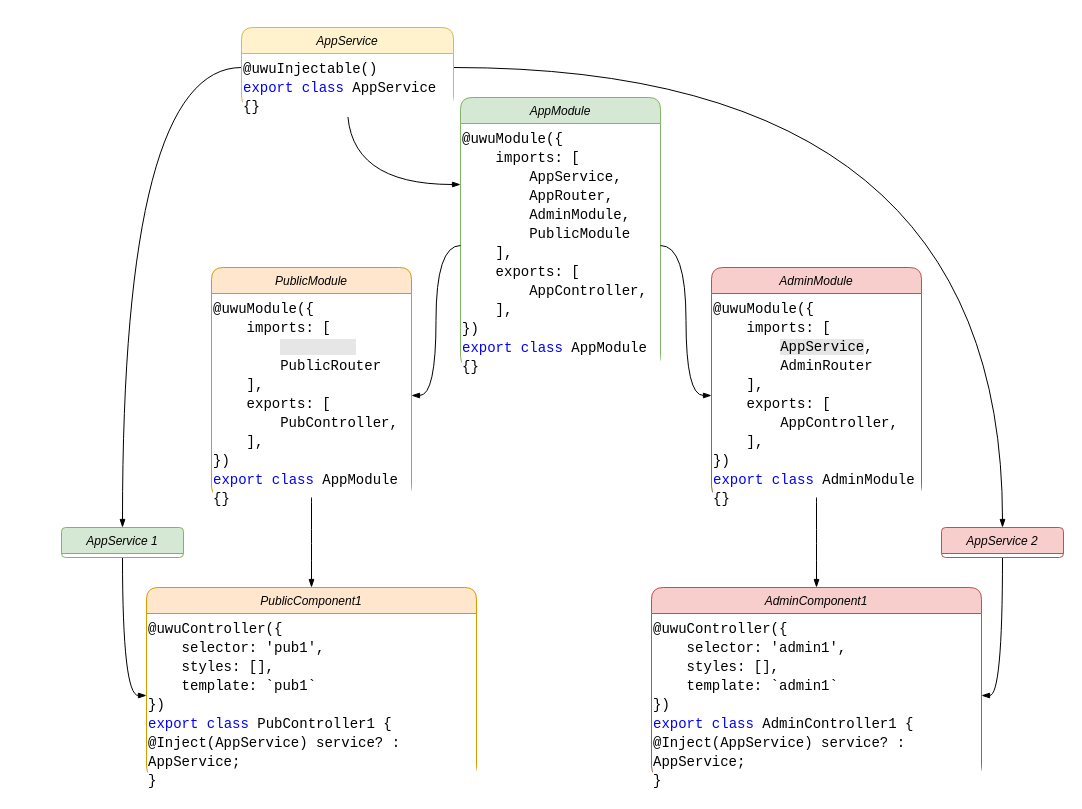
Above: Dependency Injection.drawio in Lykashonok/uwu (draw.io), before the change. Source tidied: cells renumbered, new cells numbered last; positions are measured from the earlier drawing's top-left corner, leaving out a move shared by most shapes. Both pictures are drawn from the tidied source at 100%, with x=0, y=0 at pixel (61, 27).
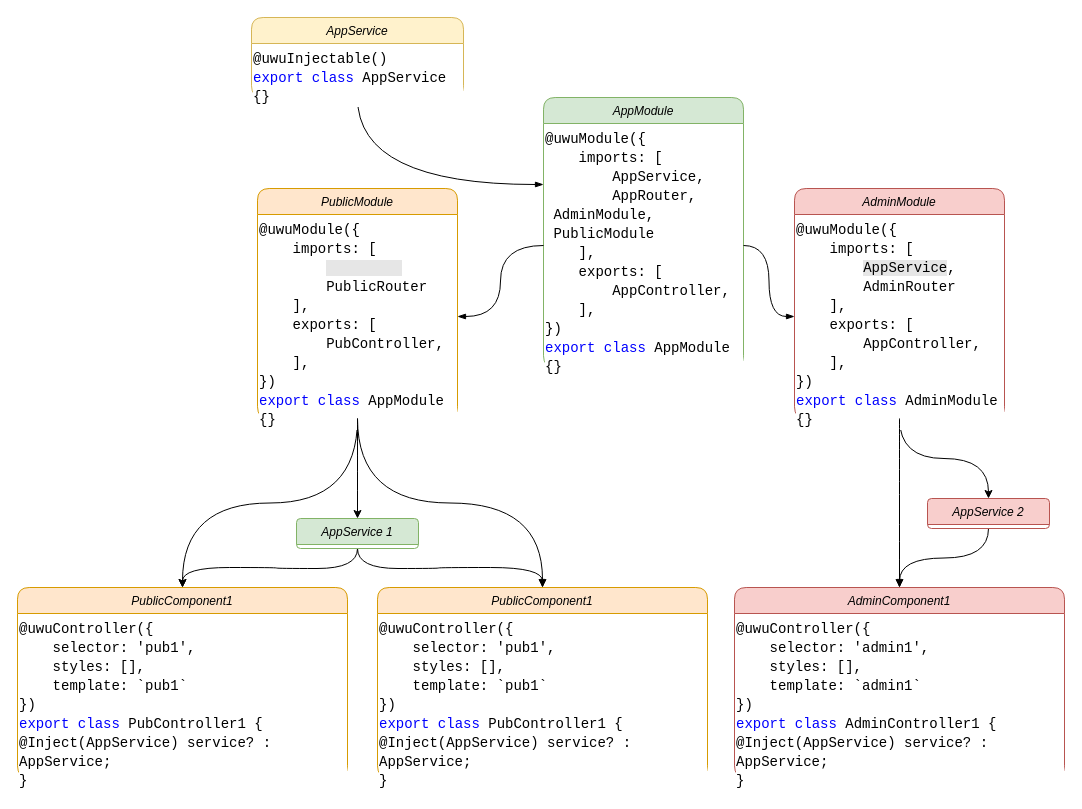
The same page after the edit.

Unchanged cells that the change refers to:
```xml
<mxCell id="5" value="&lt;div style=&quot;color: rgb(0, 0, 0); background-color: rgb(255, 255, 255); font-family: Consolas, &amp;quot;Courier New&amp;quot;, monospace; font-weight: normal; font-size: 14px; line-height: 19px;&quot;&gt;&lt;div&gt;&lt;span style=&quot;color: #000000;&quot;&gt;@uwuModule({&lt;/span&gt;&lt;/div&gt;&lt;div&gt;&lt;span style=&quot;color: #000000;&quot;&gt;&amp;nbsp; &amp;nbsp; imports: [&lt;/span&gt;&lt;/div&gt;&lt;div&gt;&lt;span style=&quot;color: #000000;&quot;&gt;&amp;nbsp; &amp;nbsp; &amp;nbsp; &amp;nbsp;&amp;nbsp;&lt;span style=&quot;background-color: rgb(230, 230, 230);&quot;&gt;&amp;nbsp;&amp;nbsp;&amp;nbsp;&amp;nbsp;&amp;nbsp;&amp;nbsp; &amp;nbsp;&amp;nbsp; &lt;/span&gt;&lt;br&gt;&lt;/span&gt;&lt;/div&gt;&lt;div&gt;&lt;span style=&quot;color: #000000;&quot;&gt;&amp;nbsp; &amp;nbsp; &amp;nbsp; &amp;nbsp; PublicRouter&lt;/span&gt;&lt;/div&gt;&lt;div&gt;&lt;span style=&quot;color: #000000;&quot;&gt;&amp;nbsp; &amp;nbsp; ],&lt;/span&gt;&lt;/div&gt;&lt;div&gt;&lt;span style=&quot;color: #000000;&quot;&gt;&amp;nbsp; &amp;nbsp; exports: [&lt;/span&gt;&lt;/div&gt;&lt;div&gt;&lt;span style=&quot;color: #000000;&quot;&gt;&amp;nbsp; &amp;nbsp; &amp;nbsp; &amp;nbsp; PubController,&lt;/span&gt;&lt;/div&gt;&lt;div&gt;&lt;span style=&quot;color: #000000;&quot;&gt;&amp;nbsp; &amp;nbsp; ],&lt;/span&gt;&lt;/div&gt;&lt;div&gt;&lt;span style=&quot;color: #000000;&quot;&gt;})&lt;/span&gt;&lt;/div&gt;&lt;div&gt;&lt;span style=&quot;color: #0000ff;&quot;&gt;export&lt;/span&gt;&lt;span style=&quot;color: #000000;&quot;&gt; &lt;/span&gt;&lt;span style=&quot;color: #0000ff;&quot;&gt;class&lt;/span&gt;&lt;span style=&quot;color: #000000;&quot;&gt; AppModule {}&lt;/span&gt;&lt;/div&gt;&lt;/div&gt;" style="text;whiteSpace=wrap;html=1;" parent="4" vertex="1">
  <mxGeometry y="26" width="200" height="204" as="geometry" />
</mxCell>
<mxCell id="16" value="&lt;div style=&quot;color: rgb(0, 0, 0); background-color: rgb(255, 255, 255); font-family: Consolas, &amp;quot;Courier New&amp;quot;, monospace; font-weight: normal; font-size: 14px; line-height: 19px;&quot;&gt;&lt;div&gt;&lt;span style=&quot;color: #000000;&quot;&gt;@uwuController({&lt;/span&gt;&lt;/div&gt;&lt;div&gt;&lt;span style=&quot;color: #000000;&quot;&gt;&amp;nbsp;&amp;nbsp;&amp;nbsp; selector: 'pub1',&lt;/span&gt;&lt;/div&gt;&lt;div&gt;&lt;span style=&quot;color: #000000;&quot;&gt;&amp;nbsp;&amp;nbsp;&amp;nbsp; styles: [],&lt;/span&gt;&lt;/div&gt;&lt;div&gt;&lt;span style=&quot;color: #000000;&quot;&gt;&amp;nbsp;&amp;nbsp;&amp;nbsp; template: `pub1`&lt;br&gt;&lt;/span&gt;&lt;/div&gt;&lt;span style=&quot;&quot;&gt;&lt;/span&gt;&lt;/div&gt;&lt;div style=&quot;color: rgb(0, 0, 0); background-color: rgb(255, 255, 255); font-family: Consolas, &amp;quot;Courier New&amp;quot;, monospace; font-weight: normal; font-size: 14px; line-height: 19px;&quot;&gt;&lt;span style=&quot;color: #000000;&quot;&gt;})&lt;/span&gt;&lt;div&gt;&lt;span style=&quot;color: #0000ff;&quot;&gt;export&lt;/span&gt;&lt;span style=&quot;color: #000000;&quot;&gt; &lt;/span&gt;&lt;span style=&quot;color: #0000ff;&quot;&gt;class&lt;/span&gt;&lt;span style=&quot;color: #000000;&quot;&gt; PubController1 {&amp;nbsp;&amp;nbsp; &lt;/span&gt;&lt;br&gt;&lt;div style=&quot;color: rgb(0, 0, 0); background-color: rgb(255, 255, 255); font-family: Consolas, &amp;quot;Courier New&amp;quot;, monospace; font-weight: normal; font-size: 14px; line-height: 19px;&quot;&gt;&lt;div&gt;&lt;span style=&quot;color: #000000;&quot;&gt;@Inject(AppService) service? : AppService;&lt;/span&gt;&lt;/div&gt;&lt;/div&gt;&lt;span style=&quot;color: #000000;&quot;&gt;&lt;/span&gt;&lt;/div&gt;&lt;div&gt;&lt;span style=&quot;color: #000000;&quot;&gt;}&lt;/span&gt;&lt;/div&gt;&lt;/div&gt;" style="text;whiteSpace=wrap;html=1;" parent="15" vertex="1">
  <mxGeometry y="26" width="330" height="164" as="geometry" />
</mxCell>
<mxCell id="21" value="&lt;div style=&quot;color: rgb(0, 0, 0); background-color: rgb(255, 255, 255); font-family: Consolas, &amp;quot;Courier New&amp;quot;, monospace; font-weight: normal; font-size: 14px; line-height: 19px;&quot;&gt;&lt;div&gt;&lt;span style=&quot;color: #000000;&quot;&gt;@uwuController({&lt;/span&gt;&lt;/div&gt;&lt;div&gt;&lt;span style=&quot;color: #000000;&quot;&gt;&amp;nbsp;&amp;nbsp;&amp;nbsp; selector: 'admin1',&lt;/span&gt;&lt;/div&gt;&lt;div&gt;&lt;span style=&quot;color: #000000;&quot;&gt;&amp;nbsp;&amp;nbsp;&amp;nbsp; styles: [],&lt;/span&gt;&lt;/div&gt;&lt;div&gt;&lt;span style=&quot;color: #000000;&quot;&gt;&amp;nbsp;&amp;nbsp;&amp;nbsp; template: `&lt;/span&gt;&lt;span style=&quot;color: #000000;&quot;&gt;&lt;span style=&quot;color: #000000;&quot;&gt;admin&lt;/span&gt;1`&lt;br&gt;&lt;/span&gt;&lt;/div&gt;&lt;span style=&quot;&quot;&gt;&lt;/span&gt;&lt;/div&gt;&lt;div style=&quot;color: rgb(0, 0, 0); background-color: rgb(255, 255, 255); font-family: Consolas, &amp;quot;Courier New&amp;quot;, monospace; font-weight: normal; font-size: 14px; line-height: 19px;&quot;&gt;&lt;span style=&quot;color: #000000;&quot;&gt;})&lt;/span&gt;&lt;div&gt;&lt;span style=&quot;color: #0000ff;&quot;&gt;export&lt;/span&gt;&lt;span style=&quot;color: #000000;&quot;&gt; &lt;/span&gt;&lt;span style=&quot;color: #0000ff;&quot;&gt;class&lt;/span&gt;&lt;span style=&quot;color: #000000;&quot;&gt; AdminController1 {&amp;nbsp;&amp;nbsp; &lt;/span&gt;&lt;br&gt;&lt;div style=&quot;color: rgb(0, 0, 0); background-color: rgb(255, 255, 255); font-family: Consolas, &amp;quot;Courier New&amp;quot;, monospace; font-weight: normal; font-size: 14px; line-height: 19px;&quot;&gt;&lt;div&gt;&lt;span style=&quot;color: #000000;&quot;&gt;@Inject(AppService) service? : AppService;&lt;/span&gt;&lt;/div&gt;&lt;/div&gt;&lt;span style=&quot;color: #000000;&quot;&gt;&lt;/span&gt;&lt;/div&gt;&lt;div&gt;&lt;span style=&quot;color: #000000;&quot;&gt;}&lt;/span&gt;&lt;/div&gt;&lt;/div&gt;" style="text;whiteSpace=wrap;html=1;" parent="20" vertex="1">
  <mxGeometry y="26" width="330" height="164" as="geometry" />
</mxCell>
```

Diff of the diagram source:
```diff
@@
     <mxCell id="2" value="AppModule" style="swimlane;fontStyle=2;align=center;verticalAlign=top;horizontal=1;startSize=26;rounded=1;shadow=0;strokeWidth=1;fillColor=#d5e8d4;strokeColor=#82b366;" parent="1" vertex="1">
-      <mxGeometry x="399" y="70" width="200" height="270" as="geometry" />
+      <mxGeometry x="482" y="70" width="200" height="270" as="geometry" />
     </mxCell>
-    <mxCell id="3" value="&lt;div style=&quot;color: rgb(0, 0, 0); background-color: rgb(255, 255, 255); font-family: Consolas, &amp;quot;Courier New&amp;quot;, monospace; font-weight: normal; font-size: 14px; line-height: 19px;&quot;&gt;&lt;div&gt;&lt;span style=&quot;color: #000000;&quot;&gt;@uwuModule({&lt;/span&gt;&lt;/div&gt;&lt;div&gt;&lt;span style=&quot;color: #000000;&quot;&gt;&amp;nbsp; &amp;nbsp; imports: [&lt;/span&gt;&lt;/div&gt;&lt;div&gt;&lt;span style=&quot;color: #000000;&quot;&gt;&amp;nbsp; &amp;nbsp; &amp;nbsp; &amp;nbsp; AppService,&lt;/span&gt;&lt;/div&gt;&lt;div&gt;&lt;span style=&quot;color: #000000;&quot;&gt;&amp;nbsp; &amp;nbsp; &amp;nbsp; &amp;nbsp; AppRouter,&lt;/span&gt;&lt;/div&gt;&lt;div&gt;&lt;span style=&quot;color: #000000;&quot;&gt;&lt;span style=&quot;white-space: pre;&quot;&gt;&#9;&lt;/span&gt;AdminModule,&lt;/span&gt;&lt;/div&gt;&lt;div&gt;&lt;span style=&quot;color: #000000;&quot;&gt;&lt;span style=&quot;white-space: pre;&quot;&gt;&#9;&lt;/span&gt;PublicModule&lt;br&gt;&lt;/span&gt;&lt;/div&gt;&lt;div&gt;&lt;span style=&quot;color: #000000;&quot;&gt;&amp;nbsp; &amp;nbsp; ],&lt;/span&gt;&lt;/div&gt;&lt;div&gt;&lt;span style=&quot;color: #000000;&quot;&gt;&amp;nbsp; &amp;nbsp; exports: [&lt;/span&gt;&lt;/div&gt;&lt;div&gt;&lt;span style=&quot;color: #000000;&quot;&gt;&amp;nbsp; &amp;nbsp; &amp;nbsp; &amp;nbsp; AppController,&lt;/span&gt;&lt;/div&gt;&lt;div&gt;&lt;span style=&quot;color: #000000;&quot;&gt;&amp;nbsp; &amp;nbsp; ],&lt;/span&gt;&lt;/div&gt;&lt;div&gt;&lt;span style=&quot;color: #000000;&quot;&gt;})&lt;/span&gt;&lt;/div&gt;&lt;div&gt;&lt;span style=&quot;color: #0000ff;&quot;&gt;export&lt;/span&gt;&lt;span style=&quot;color: #000000;&quot;&gt; &lt;/span&gt;&lt;span style=&quot;color: #0000ff;&quot;&gt;class&lt;/span&gt;&lt;span style=&quot;color: #000000;&quot;&gt; AppModule {}&lt;/span&gt;&lt;/div&gt;&lt;/div&gt;" style="text;whiteSpace=wrap;html=1;" parent="2" vertex="1">
+    <mxCell id="3" value="&lt;div style=&quot;color: rgb(0, 0, 0); background-color: rgb(255, 255, 255); font-family: Consolas, &amp;quot;Courier New&amp;quot;, monospace; font-weight: normal; font-size: 14px; line-height: 19px;&quot;&gt;&lt;div&gt;&lt;span style=&quot;color: #000000;&quot;&gt;@uwuModule({&lt;/span&gt;&lt;/div&gt;&lt;div&gt;&lt;span style=&quot;color: #000000;&quot;&gt;&amp;nbsp; &amp;nbsp; imports: [&lt;/span&gt;&lt;/div&gt;&lt;div&gt;&lt;span style=&quot;color: #000000;&quot;&gt;&amp;nbsp; &amp;nbsp; &amp;nbsp; &amp;nbsp; AppService,&lt;/span&gt;&lt;/div&gt;&lt;div&gt;&lt;span style=&quot;color: #000000;&quot;&gt;&amp;nbsp; &amp;nbsp; &amp;nbsp; &amp;nbsp; AppRouter,&lt;/span&gt;&lt;/div&gt;&lt;div&gt;&lt;span style=&quot;color: #000000;&quot;&gt;&lt;span style=&quot;white-space: pre;&quot;&gt; &lt;/span&gt;AdminModule,&lt;/span&gt;&lt;/div&gt;&lt;div&gt;&lt;span style=&quot;color: #000000;&quot;&gt;&lt;span style=&quot;white-space: pre;&quot;&gt; &lt;/span&gt;PublicModule&lt;br&gt;&lt;/span&gt;&lt;/div&gt;&lt;div&gt;&lt;span style=&quot;color: #000000;&quot;&gt;&amp;nbsp; &amp;nbsp; ],&lt;/span&gt;&lt;/div&gt;&lt;div&gt;&lt;span style=&quot;color: #000000;&quot;&gt;&amp;nbsp; &amp;nbsp; exports: [&lt;/span&gt;&lt;/div&gt;&lt;div&gt;&lt;span style=&quot;color: #000000;&quot;&gt;&amp;nbsp; &amp;nbsp; &amp;nbsp; &amp;nbsp; AppController,&lt;/span&gt;&lt;/div&gt;&lt;div&gt;&lt;span style=&quot;color: #000000;&quot;&gt;&amp;nbsp; &amp;nbsp; ],&lt;/span&gt;&lt;/div&gt;&lt;div&gt;&lt;span style=&quot;color: #000000;&quot;&gt;})&lt;/span&gt;&lt;/div&gt;&lt;div&gt;&lt;span style=&quot;color: #0000ff;&quot;&gt;export&lt;/span&gt;&lt;span style=&quot;color: #000000;&quot;&gt; &lt;/span&gt;&lt;span style=&quot;color: #0000ff;&quot;&gt;class&lt;/span&gt;&lt;span style=&quot;color: #000000;&quot;&gt; AppModule {}&lt;/span&gt;&lt;/div&gt;&lt;/div&gt;" style="text;whiteSpace=wrap;html=1;" parent="2" vertex="1">
       <mxGeometry y="26" width="200" height="244" as="geometry" />
     </mxCell>
+    <mxCell id="25" style="edgeStyle=orthogonalEdgeStyle;rounded=0;jettySize=auto;html=1;entryX=0.5;entryY=0;entryDx=0;entryDy=0;curved=1;" parent="1" edge="1" source="4" target="30">
+      <mxGeometry relative="1" as="geometry" />
+    </mxCell>
     <mxCell id="4" value="PublicModule" style="swimlane;fontStyle=2;align=center;verticalAlign=top;horizontal=1;startSize=26;rounded=1;shadow=0;strokeWidth=1;fillColor=#ffe6cc;strokeColor=#d79b00;" parent="1" vertex="1">
-      <mxGeometry x="150" y="240" width="200" height="230" as="geometry" />
+      <mxGeometry x="196" y="161" width="200" height="230" as="geometry" />
     </mxCell>
@@
+    <mxCell id="26" style="edgeStyle=orthogonalEdgeStyle;curved=1;rounded=0;jettySize=auto;html=1;entryX=0.5;entryY=0;entryDx=0;entryDy=0;" parent="1" edge="1" source="6" target="23">
+      <mxGeometry relative="1" as="geometry" />
+    </mxCell>
     <mxCell id="6" value="AdminModule" style="swimlane;fontStyle=2;align=center;verticalAlign=top;horizontal=1;startSize=26;rounded=1;shadow=0;strokeWidth=1;fillColor=#f8cecc;strokeColor=#b85450;" parent="1" vertex="1">
-      <mxGeometry x="650" y="240" width="210" height="230" as="geometry" />
+      <mxGeometry x="733" y="161" width="210" height="230" as="geometry" />
     </mxCell>
@@
-    <mxCell id="9" style="edgeStyle=orthogonalEdgeStyle;curved=1;rounded=0;jettySize=auto;html=1;entryX=0.5;entryY=0;entryDx=0;entryDy=0;endArrow=blockThin;endFill=1;elbow=vertical;" parent="1" edge="1" source="11" target="18">
-      <mxGeometry relative="1" as="geometry" />
-    </mxCell>
-    <mxCell id="10" style="edgeStyle=orthogonalEdgeStyle;curved=1;rounded=0;jettySize=auto;html=1;entryX=0.5;entryY=0;entryDx=0;entryDy=0;endArrow=blockThin;endFill=1;elbow=vertical;" parent="1" edge="1" source="11" target="23">
-      <mxGeometry relative="1" as="geometry" />
-    </mxCell>
     <mxCell id="11" value="AppService" style="swimlane;fontStyle=2;align=center;verticalAlign=top;horizontal=1;startSize=26;rounded=1;shadow=0;strokeWidth=1;fillColor=#fff2cc;strokeColor=#d6b656;" parent="1" vertex="1">
-      <mxGeometry x="180" width="212" height="80" as="geometry" />
+      <mxGeometry x="190" y="-10" width="212" height="80" as="geometry" />
     </mxCell>
@@
     <mxCell id="15" value="PublicComponent1" style="swimlane;fontStyle=2;align=center;verticalAlign=top;horizontal=1;startSize=26;rounded=1;shadow=0;strokeWidth=1;fillColor=#ffe6cc;strokeColor=#d79b00;" parent="1" vertex="1">
-      <mxGeometry x="85" y="560" width="330" height="190" as="geometry" />
+      <mxGeometry x="316" y="560" width="330" height="190" as="geometry" />
     </mxCell>
@@
-    <mxCell id="17" style="edgeStyle=orthogonalEdgeStyle;curved=1;rounded=0;jettySize=auto;html=1;entryX=0;entryY=0.5;entryDx=0;entryDy=0;endArrow=blockThin;endFill=1;elbow=vertical;" parent="1" edge="1" source="18" target="16">
-      <mxGeometry relative="1" as="geometry" />
-    </mxCell>
+    <mxCell id="27" style="edgeStyle=orthogonalEdgeStyle;curved=1;rounded=0;jettySize=auto;html=1;entryX=0.5;entryY=0;entryDx=0;entryDy=0;" parent="1" edge="1" source="18" target="30">
+      <mxGeometry relative="1" as="geometry" />
+    </mxCell>
+    <mxCell id="28" style="edgeStyle=orthogonalEdgeStyle;curved=1;rounded=0;jettySize=auto;html=1;entryX=0.5;entryY=0;entryDx=0;entryDy=0;" parent="1" edge="1" source="18" target="15">
+      <mxGeometry relative="1" as="geometry" />
+    </mxCell>
     <mxCell id="18" value="AppService 1" style="swimlane;fontStyle=2;align=center;verticalAlign=top;horizontal=1;startSize=26;rounded=1;shadow=0;strokeWidth=1;fillColor=#d5e8d4;strokeColor=#82b366;" parent="1" vertex="1">
-      <mxGeometry y="500" width="122" height="30" as="geometry" />
+      <mxGeometry x="235" y="491" width="122" height="30" as="geometry" />
     </mxCell>
@@
     <mxCell id="20" value="AdminComponent1" style="swimlane;fontStyle=2;align=center;verticalAlign=top;horizontal=1;startSize=26;rounded=1;shadow=0;strokeWidth=1;fillColor=#f8cecc;strokeColor=#b85450;" parent="1" vertex="1">
-      <mxGeometry x="590" y="560" width="330" height="190" as="geometry" />
+      <mxGeometry x="673" y="560" width="330" height="190" as="geometry" />
     </mxCell>
@@
-    <mxCell id="22" style="edgeStyle=orthogonalEdgeStyle;curved=1;rounded=0;jettySize=auto;html=1;entryX=1;entryY=0.5;entryDx=0;entryDy=0;endArrow=blockThin;endFill=1;elbow=vertical;" parent="1" edge="1" source="23" target="21">
-      <mxGeometry relative="1" as="geometry" />
-    </mxCell>
+    <mxCell id="29" style="edgeStyle=orthogonalEdgeStyle;curved=1;rounded=0;jettySize=auto;html=1;entryX=0.5;entryY=0;entryDx=0;entryDy=0;" parent="1" edge="1" source="23" target="20">
+      <mxGeometry relative="1" as="geometry" />
+    </mxCell>
     <mxCell id="23" value="AppService 2" style="swimlane;fontStyle=2;align=center;verticalAlign=top;horizontal=1;startSize=26;rounded=1;shadow=0;strokeWidth=1;fillColor=#f8cecc;strokeColor=#b85450;" parent="1" vertex="1">
-      <mxGeometry x="880" y="500" width="122" height="30" as="geometry" />
+      <mxGeometry x="866" y="471" width="122" height="30" as="geometry" />
     </mxCell>
@@
+    <mxCell id="30" value="PublicComponent1" style="swimlane;fontStyle=2;align=center;verticalAlign=top;horizontal=1;startSize=26;rounded=1;shadow=0;strokeWidth=1;fillColor=#ffe6cc;strokeColor=#d79b00;" parent="1" vertex="1">
+      <mxGeometry x="-44" y="560" width="330" height="190" as="geometry" />
+    </mxCell>
+    <mxCell id="31" value="&lt;div style=&quot;color: rgb(0, 0, 0); background-color: rgb(255, 255, 255); font-family: Consolas, &amp;quot;Courier New&amp;quot;, monospace; font-weight: normal; font-size: 14px; line-height: 19px;&quot;&gt;&lt;div&gt;&lt;span style=&quot;color: #000000;&quot;&gt;@uwuController({&lt;/span&gt;&lt;/div&gt;&lt;div&gt;&lt;span style=&quot;color: #000000;&quot;&gt;&amp;nbsp;&amp;nbsp;&amp;nbsp; selector: 'pub1',&lt;/span&gt;&lt;/div&gt;&lt;div&gt;&lt;span style=&quot;color: #000000;&quot;&gt;&amp;nbsp;&amp;nbsp;&amp;nbsp; styles: [],&lt;/span&gt;&lt;/div&gt;&lt;div&gt;&lt;span style=&quot;color: #000000;&quot;&gt;&amp;nbsp;&amp;nbsp;&amp;nbsp; template: `pub1`&lt;br&gt;&lt;/span&gt;&lt;/div&gt;&lt;span style=&quot;&quot;&gt;&lt;/span&gt;&lt;/div&gt;&lt;div style=&quot;color: rgb(0, 0, 0); background-color: rgb(255, 255, 255); font-family: Consolas, &amp;quot;Courier New&amp;quot;, monospace; font-weight: normal; font-size: 14px; line-height: 19px;&quot;&gt;&lt;span style=&quot;color: #000000;&quot;&gt;})&lt;/span&gt;&lt;div&gt;&lt;span style=&quot;color: #0000ff;&quot;&gt;export&lt;/span&gt;&lt;span style=&quot;color: #000000;&quot;&gt; &lt;/span&gt;&lt;span style=&quot;color: #0000ff;&quot;&gt;class&lt;/span&gt;&lt;span style=&quot;color: #000000;&quot;&gt; PubController1 {&amp;nbsp;&amp;nbsp; &lt;/span&gt;&lt;br&gt;&lt;div style=&quot;color: rgb(0, 0, 0); background-color: rgb(255, 255, 255); font-family: Consolas, &amp;quot;Courier New&amp;quot;, monospace; font-weight: normal; font-size: 14px; line-height: 19px;&quot;&gt;&lt;div&gt;&lt;span style=&quot;color: #000000;&quot;&gt;@Inject(AppService) service? : AppService;&lt;/span&gt;&lt;/div&gt;&lt;/div&gt;&lt;span style=&quot;color: #000000;&quot;&gt;&lt;/span&gt;&lt;/div&gt;&lt;div&gt;&lt;span style=&quot;color: #000000;&quot;&gt;}&lt;/span&gt;&lt;/div&gt;&lt;/div&gt;" style="text;whiteSpace=wrap;html=1;" parent="30" vertex="1">
+      <mxGeometry y="26" width="330" height="164" as="geometry" />
+    </mxCell>
+    <mxCell id="32" style="edgeStyle=orthogonalEdgeStyle;curved=1;rounded=0;jettySize=auto;html=1;entryX=0.5;entryY=0;entryDx=0;entryDy=0;" parent="1" edge="1" source="5" target="18">
+      <mxGeometry relative="1" as="geometry" />
+    </mxCell>
```
